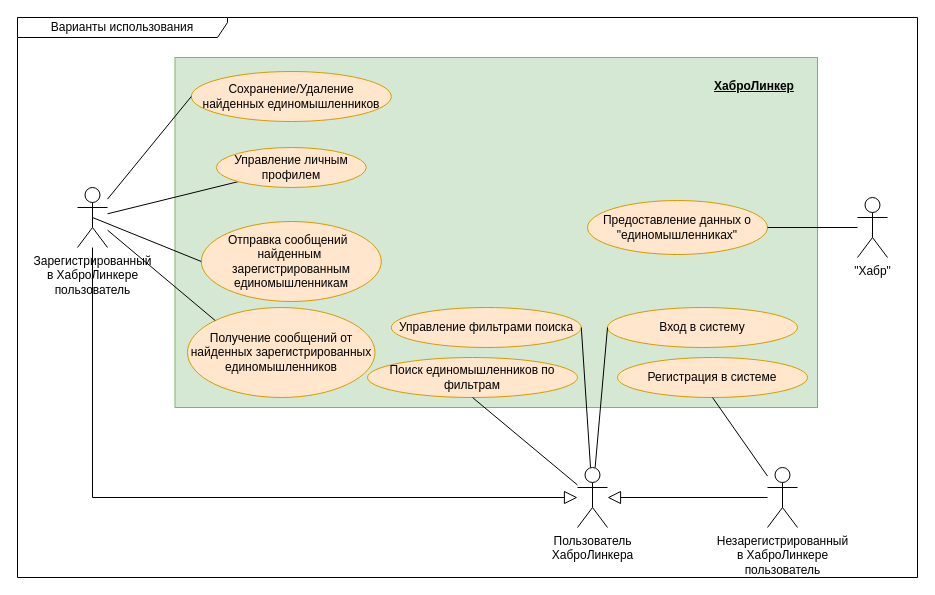
This is docs/raw_diagrams/use_case.drawio from AS2/habrolink, a draw.io file, before an edit. Source tidied: cells renumbered, new cells numbered last; positions are measured from the earlier drawing's top-left corner, leaving out a move shared by most shapes. Both pictures are drawn from the tidied source at 100%, with x=0, y=0 at pixel (17, 17).
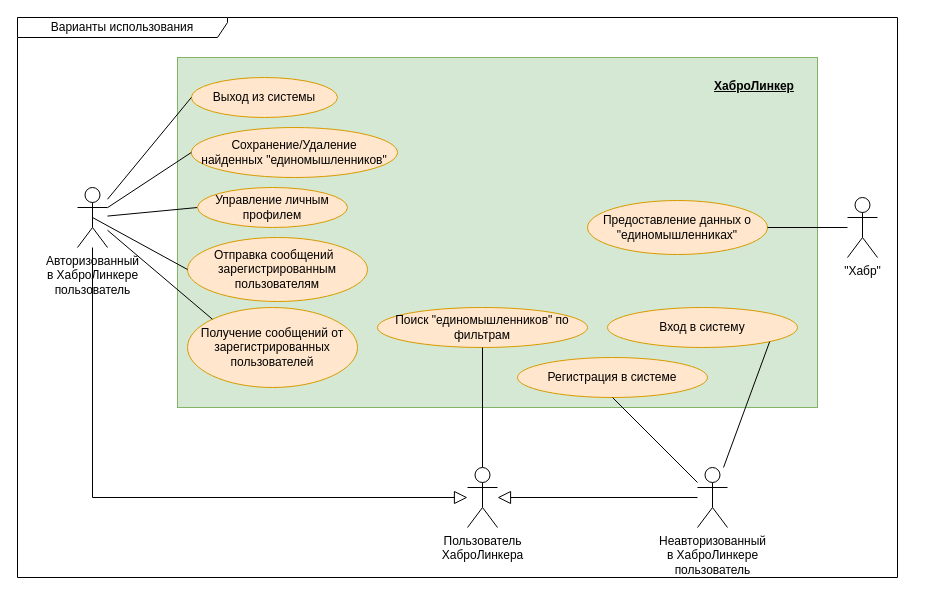
The same page after the edit.

Unchanged cells that the change refers to:
```xml
<mxCell id="27" value="Вход в систему" style="ellipse;whiteSpace=wrap;html=1;fillColor=#ffe6cc;strokeColor=#d79b00;" parent="1" vertex="1">
  <mxGeometry x="590" y="290" width="190" height="40" as="geometry" />
</mxCell>
```

Change to the diagram source:
```diff
@@
     <mxCell id="2" style="html=1;whiteSpace=wrap;fillColor=#d5e8d4;strokeColor=#82b366;" parent="1" vertex="1">
-      <mxGeometry x="157.5" y="40" width="642.5" height="350" as="geometry" />
+      <mxGeometry x="160" y="40" width="640" height="350" as="geometry" />
     </mxCell>
-    <mxCell id="3" value="&lt;div&gt;Зареги&lt;span style=&quot;background-color: initial;&quot;&gt;стрированный&lt;/span&gt;&lt;/div&gt;&lt;div&gt;в ХаброЛинкере &lt;br&gt;пользователь&lt;/div&gt;" style="shape=umlActor;verticalLabelPosition=bottom;verticalAlign=top;html=1;outlineConnect=0;" parent="1" vertex="1">
+    <mxCell id="3" value="&lt;div&gt;Авторизованный&lt;/div&gt;&lt;div&gt;в ХаброЛинкере &lt;br&gt;пользователь&lt;/div&gt;" style="shape=umlActor;verticalLabelPosition=bottom;verticalAlign=top;html=1;outlineConnect=0;" parent="1" vertex="1">
       <mxGeometry x="60" y="170" width="30" height="60" as="geometry" />
     </mxCell>
-    <mxCell id="4" value="&lt;div&gt;Отправка сообщений&amp;nbsp;&amp;nbsp;&lt;/div&gt;найденным&amp;nbsp;&lt;div&gt;зарегистрированным&lt;br&gt;единомышленникам&lt;/div&gt;" style="ellipse;whiteSpace=wrap;html=1;fillColor=#ffe6cc;strokeColor=#d79b00;" parent="1" vertex="1">
-      <mxGeometry x="183.8" y="204" width="180" height="80" as="geometry" />
+    <mxCell id="4" value="&lt;div&gt;Отправка сообщений&amp;nbsp;&amp;nbsp;&lt;/div&gt;&lt;div&gt;зарегистрированным&lt;br&gt;пользователям&lt;/div&gt;" style="ellipse;whiteSpace=wrap;html=1;fillColor=#ffe6cc;strokeColor=#d79b00;" parent="1" vertex="1">
+      <mxGeometry x="170" y="220" width="180" height="64" as="geometry" />
     </mxCell>
@@
     <mxCell id="6" value="Варианты использования" style="shape=umlFrame;whiteSpace=wrap;html=1;width=210;height=20;" parent="1" vertex="1">
-      <mxGeometry width="900" height="560" as="geometry" />
+      <mxGeometry width="880" height="560" as="geometry" />
     </mxCell>
-    <mxCell id="7" style="endArrow=none;html=1;rounded=0;entryX=0;entryY=1;entryDx=0;entryDy=0;" parent="1" edge="1" source="3" target="10">
+    <mxCell id="7" style="endArrow=none;html=1;rounded=0;entryX=0;entryY=0.5;entryDx=0;entryDy=0;" parent="1" edge="1" source="3" target="10">
       <mxGeometry relative="1" as="geometry" />
     </mxCell>
@@
     <mxCell id="9" value="&quot;Хабр&quot;" style="shape=umlActor;verticalLabelPosition=bottom;verticalAlign=top;html=1;outlineConnect=0;" parent="1" vertex="1">
-      <mxGeometry x="840" y="180" width="30" height="60" as="geometry" />
+      <mxGeometry x="830" y="180" width="30" height="60" as="geometry" />
     </mxCell>
     <mxCell id="10" value="Управление личным профилем" style="ellipse;whiteSpace=wrap;html=1;fillColor=#ffe6cc;strokeColor=#d79b00;" parent="1" vertex="1">
-      <mxGeometry x="198.8" y="130" width="150" height="40" as="geometry" />
+      <mxGeometry x="180" y="170" width="150" height="40" as="geometry" />
     </mxCell>
-    <mxCell id="11" value="Поиск единомышленников по фильтрам" style="ellipse;whiteSpace=wrap;html=1;fillColor=#ffe6cc;strokeColor=#d79b00;" parent="1" vertex="1">
-      <mxGeometry x="350" y="340" width="210" height="40" as="geometry" />
+    <mxCell id="11" value="Поиск &quot;единомышленников&quot; по фильтрам" style="ellipse;whiteSpace=wrap;html=1;fillColor=#ffe6cc;strokeColor=#d79b00;" parent="1" vertex="1">
+      <mxGeometry x="360" y="290" width="210" height="40" as="geometry" />
     </mxCell>
-    <mxCell id="12" value="Управление фильтрами поиска" style="ellipse;whiteSpace=wrap;html=1;fillColor=#ffe6cc;strokeColor=#d79b00;" parent="1" vertex="1">
-      <mxGeometry x="373.8" y="290" width="190" height="40" as="geometry" />
-    </mxCell>
-    <mxCell id="13" value="Сохранение/Удаление &lt;br&gt;найденных единомышленников" style="ellipse;whiteSpace=wrap;html=1;fillColor=#ffe6cc;strokeColor=#d79b00;" parent="1" vertex="1">
-      <mxGeometry x="173.8" y="54" width="200" height="50" as="geometry" />
+    <mxCell id="13" value="Сохранение/Удаление &lt;br&gt;найденных &quot;единомышленников&quot;" style="ellipse;whiteSpace=wrap;html=1;fillColor=#ffe6cc;strokeColor=#d79b00;" parent="1" vertex="1">
+      <mxGeometry x="173.8" y="110" width="206.2" height="50" as="geometry" />
     </mxCell>
@@
-    <mxCell id="15" style="endArrow=none;html=1;rounded=0;entryX=1;entryY=0.5;entryDx=0;entryDy=0;" parent="1" edge="1" source="18" target="12">
-      <mxGeometry relative="1" as="geometry" />
-    </mxCell>
@@
-    <mxCell id="17" value="Получение сообщений от найденных зарегистрированных единомышленников" style="ellipse;whiteSpace=wrap;html=1;fillColor=#ffe6cc;strokeColor=#d79b00;" parent="1" vertex="1">
-      <mxGeometry x="170" y="290" width="187.5" height="90" as="geometry" />
+    <mxCell id="17" value="Получение сообщений от зарегистрированных пользователей" style="ellipse;whiteSpace=wrap;html=1;fillColor=#ffe6cc;strokeColor=#d79b00;" parent="1" vertex="1">
+      <mxGeometry x="170" y="290" width="170" height="80" as="geometry" />
     </mxCell>
     <mxCell id="18" value="Пользователь&lt;br style=&quot;border-color: var(--border-color);&quot;&gt;ХаброЛинкера" style="shape=umlActor;verticalLabelPosition=bottom;verticalAlign=top;html=1;outlineConnect=0;" parent="1" vertex="1">
-      <mxGeometry x="560" y="450" width="30" height="60" as="geometry" />
+      <mxGeometry x="450" y="450" width="30" height="60" as="geometry" />
     </mxCell>
@@
-    <mxCell id="23" value="&lt;div style=&quot;border-color: var(--border-color);&quot;&gt;Нез&lt;span style=&quot;background-color: initial;&quot;&gt;арегистрированный&lt;/span&gt;&lt;/div&gt;&lt;div style=&quot;border-color: var(--border-color);&quot;&gt;в ХаброЛинкере&lt;br style=&quot;border-color: var(--border-color);&quot;&gt;пользователь&lt;/div&gt;" style="shape=umlActor;verticalLabelPosition=bottom;verticalAlign=top;html=1;outlineConnect=0;" parent="1" vertex="1">
-      <mxGeometry x="750" y="450" width="30" height="60" as="geometry" />
+    <mxCell id="23" value="&lt;div style=&quot;border-color: var(--border-color);&quot;&gt;Неавторизованный&lt;/div&gt;&lt;div style=&quot;border-color: var(--border-color);&quot;&gt;в ХаброЛинкере&lt;br style=&quot;border-color: var(--border-color);&quot;&gt;пользователь&lt;/div&gt;" style="shape=umlActor;verticalLabelPosition=bottom;verticalAlign=top;html=1;outlineConnect=0;" parent="1" vertex="1">
+      <mxGeometry x="680" y="450" width="30" height="60" as="geometry" />
     </mxCell>
@@
     <mxCell id="25" value="Регистрация в системе" style="ellipse;whiteSpace=wrap;html=1;fillColor=#ffe6cc;strokeColor=#d79b00;" parent="1" vertex="1">
-      <mxGeometry x="600" y="340" width="190" height="40" as="geometry" />
+      <mxGeometry x="500" y="340" width="190" height="40" as="geometry" />
     </mxCell>
@@
-    <mxCell id="28" style="endArrow=none;html=1;rounded=0;entryX=0;entryY=0.5;entryDx=0;entryDy=0;" parent="1" edge="1" source="18" target="27">
+    <mxCell id="28" style="endArrow=none;html=1;rounded=0;entryX=1;entryY=1;entryDx=0;entryDy=0;" parent="1" edge="1" source="23" target="27">
       <mxGeometry relative="1" as="geometry" />
     </mxCell>
+    <mxCell id="29" value="Выход из системы" style="ellipse;whiteSpace=wrap;html=1;fillColor=#ffe6cc;strokeColor=#d79b00;" parent="1" vertex="1">
+      <mxGeometry x="173.8" y="60" width="146.2" height="40" as="geometry" />
+    </mxCell>
+    <mxCell id="30" style="endArrow=none;html=1;rounded=0;entryX=0;entryY=0.5;entryDx=0;entryDy=0;" parent="1" edge="1" source="3" target="29">
+      <mxGeometry relative="1" as="geometry" />
+    </mxCell>
```
